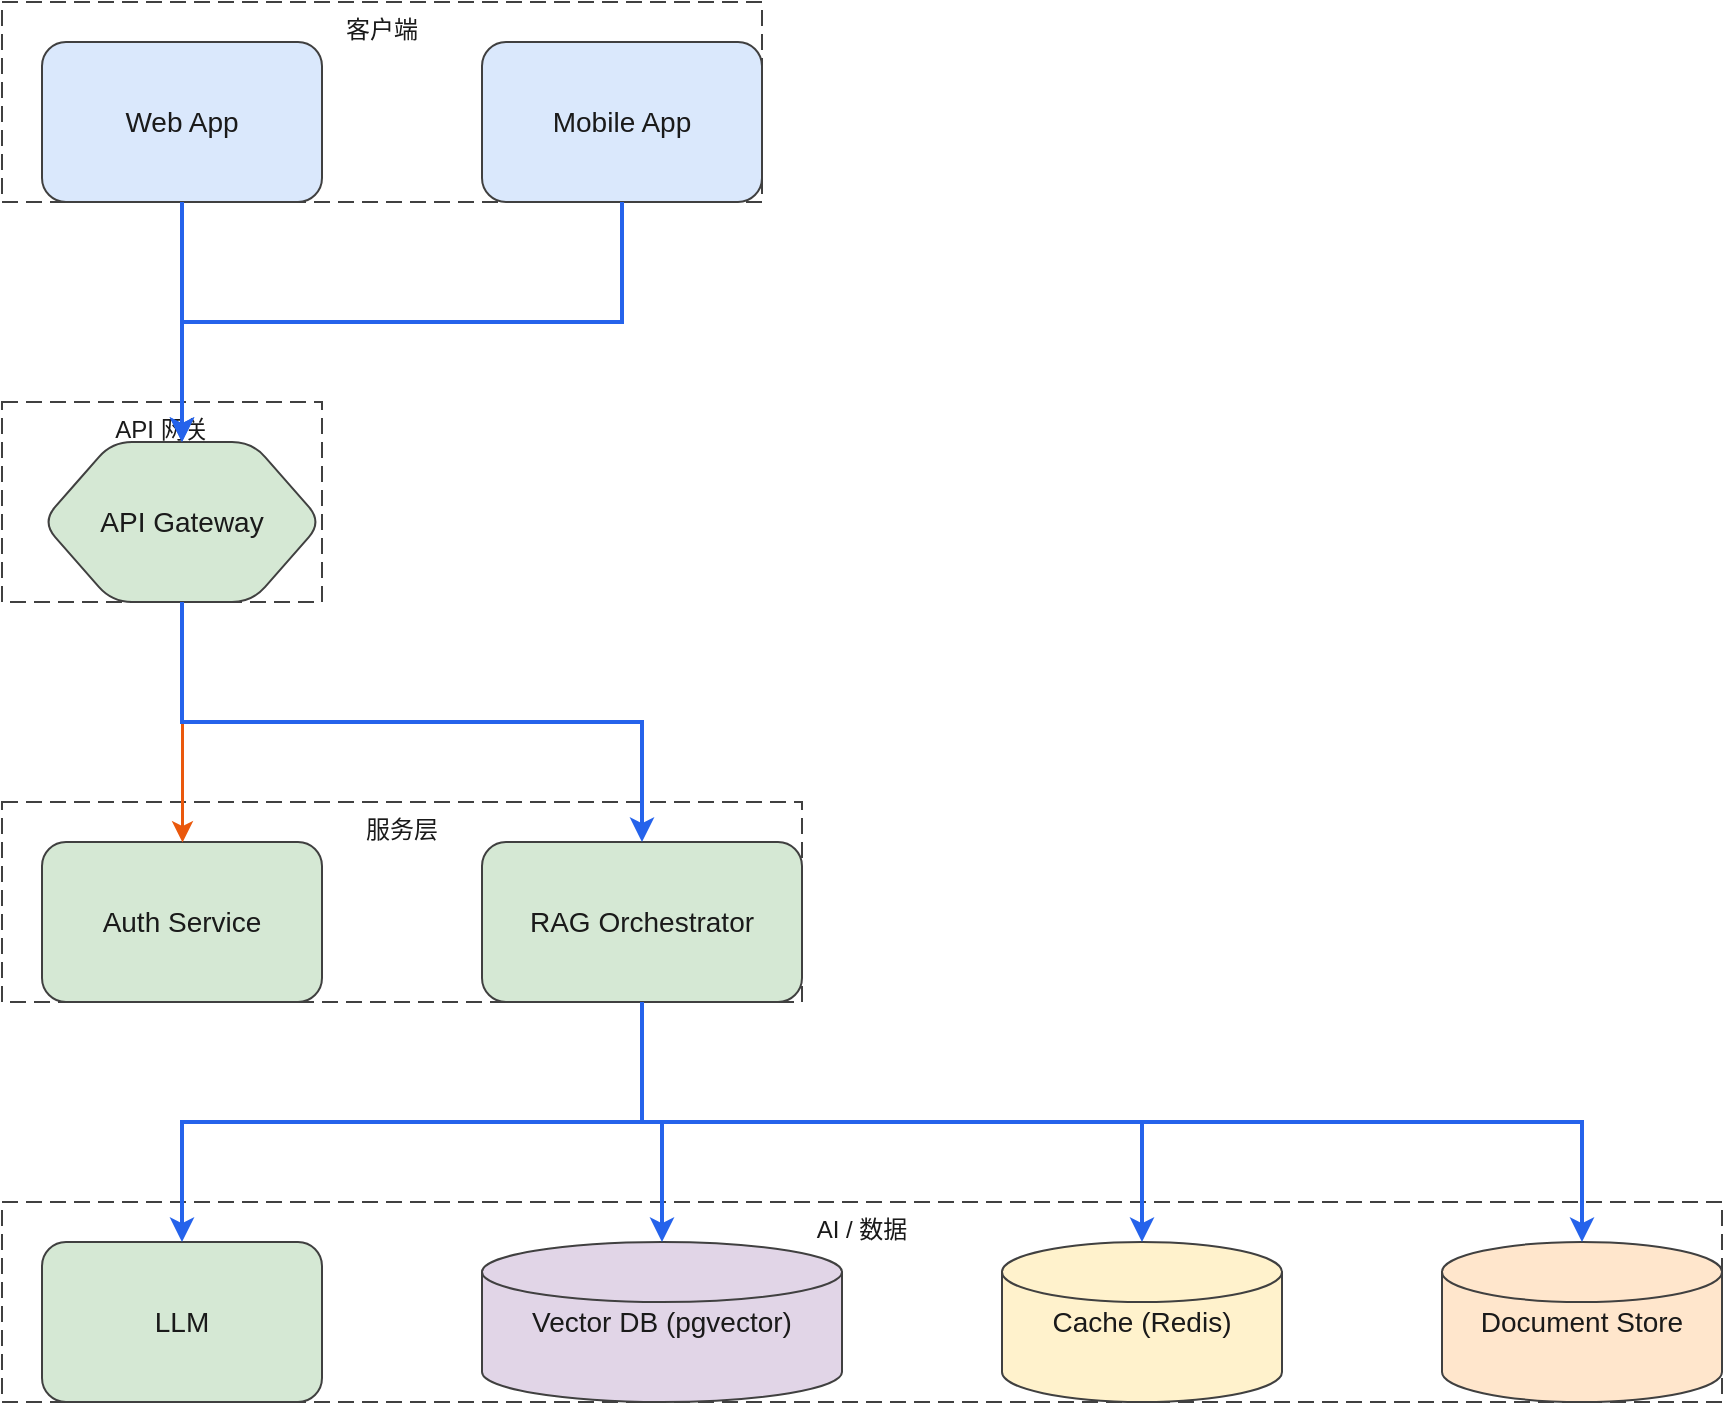
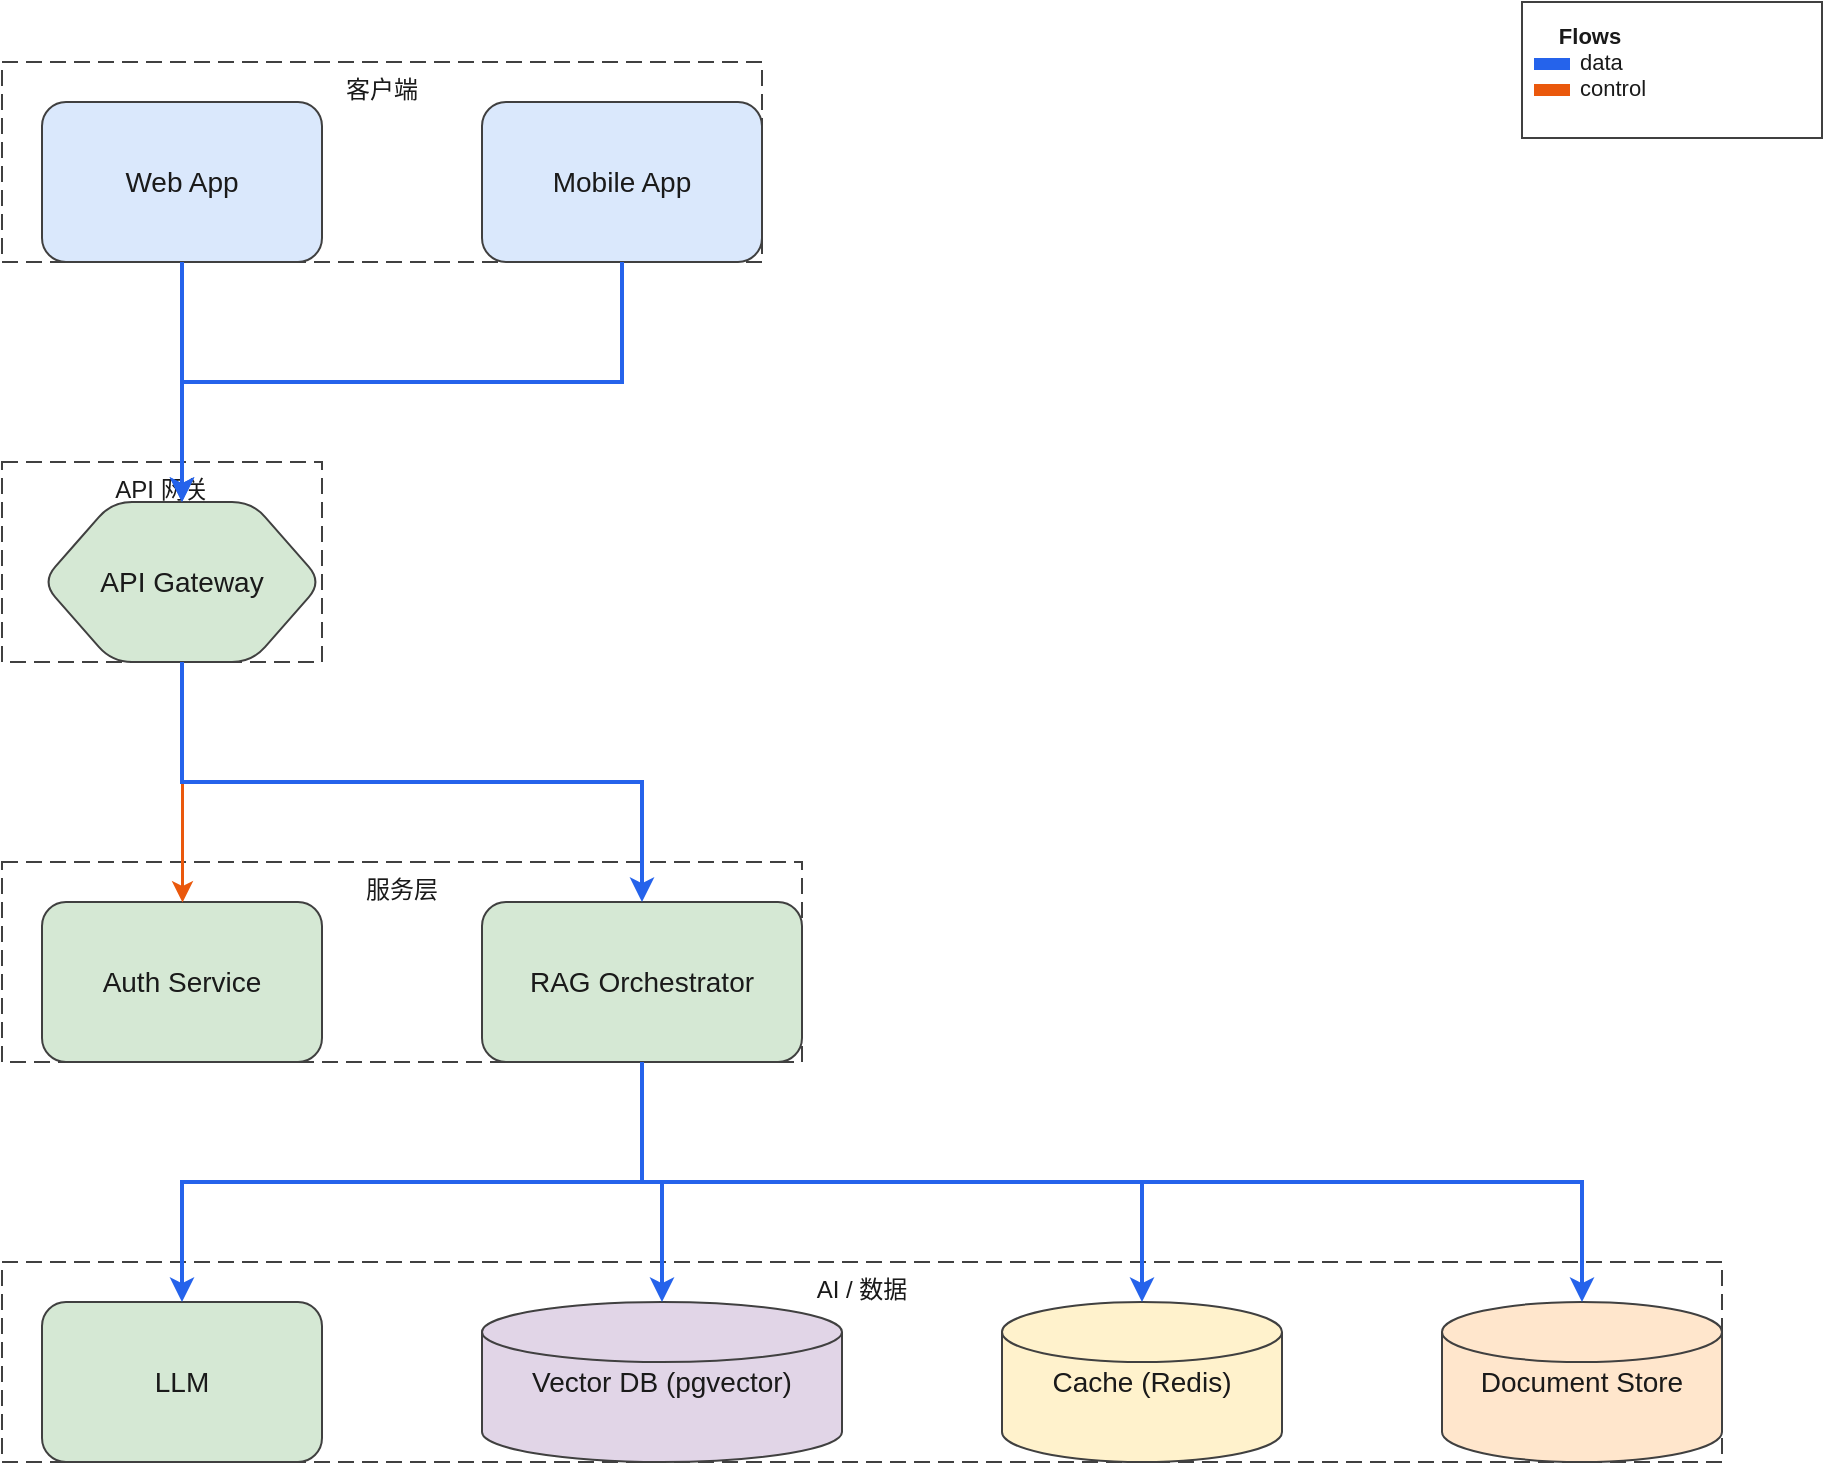
<mxfile host="app.diagrams.net">
  <diagram name="RAG System Architecture" id="d0">
    <mxGraphModel dx="800" dy="600" grid="1" gridSize="10" guides="1" tooltips="1" connect="1" arrows="1" fold="1" page="1" pageScale="1" pageWidth="960" pageHeight="800" math="0" shadow="0" background="#ffffff">
      <root>
        <mxCell id="0" />
        <mxCell id="1" parent="0" />
        <mxCell id="L0" value="客户端" style="rounded=0;whiteSpace=wrap;html=1;fillColor=none;strokeColor=#404040;dashed=1;dashPattern=8 4;verticalAlign=top;fontColor=#1a1a1a;fontSize=12;" vertex="1" parent="1">
          <mxGeometry x="40" y="40" width="380" height="100" as="geometry" />
        </mxCell>
        <mxCell id="L1" value="API 网关" style="rounded=0;whiteSpace=wrap;html=1;fillColor=none;strokeColor=#404040;dashed=1;dashPattern=8 4;verticalAlign=top;fontColor=#1a1a1a;fontSize=12;" vertex="1" parent="1">
          <mxGeometry x="40" y="240" width="160" height="100" as="geometry" />
        </mxCell>
        <mxCell id="L2" value="服务层" style="rounded=0;whiteSpace=wrap;html=1;fillColor=none;strokeColor=#404040;dashed=1;dashPattern=8 4;verticalAlign=top;fontColor=#1a1a1a;fontSize=12;" vertex="1" parent="1">
          <mxGeometry x="40" y="440" width="400" height="100" as="geometry" />
        </mxCell>
        <mxCell id="L3" value="AI / 数据" style="rounded=0;whiteSpace=wrap;html=1;fillColor=none;strokeColor=#404040;dashed=1;dashPattern=8 4;verticalAlign=top;fontColor=#1a1a1a;fontSize=12;" vertex="1" parent="1">
          <mxGeometry x="40" y="640" width="860" height="100" as="geometry" />
        </mxCell>
        <mxCell id="web" value="Web App" style="rounded=1;whiteSpace=wrap;html=1;fillColor=#dae8fc;strokeColor=#404040;fontColor=#1a1a1a;fontSize=14;rounded=1;" vertex="1" parent="1">
          <mxGeometry x="60" y="60" width="140" height="80" as="geometry" />
        </mxCell>
        <mxCell id="mobile" value="Mobile App" style="rounded=1;whiteSpace=wrap;html=1;fillColor=#dae8fc;strokeColor=#404040;fontColor=#1a1a1a;fontSize=14;rounded=1;" vertex="1" parent="1">
          <mxGeometry x="280" y="60" width="140" height="80" as="geometry" />
        </mxCell>
        <mxCell id="gateway" value="API Gateway" style="shape=hexagon;whiteSpace=wrap;html=1;fillColor=#d5e8d4;strokeColor=#404040;fontColor=#1a1a1a;fontSize=14;rounded=1;" vertex="1" parent="1">
          <mxGeometry x="60" y="260" width="140" height="80" as="geometry" />
        </mxCell>
        <mxCell id="auth" value="Auth Service" style="rounded=1;whiteSpace=wrap;html=1;fillColor=#d5e8d4;strokeColor=#404040;fontColor=#1a1a1a;fontSize=14;rounded=1;" vertex="1" parent="1">
          <mxGeometry x="60" y="460" width="140" height="80" as="geometry" />
        </mxCell>
        <mxCell id="rag" value="RAG Orchestrator" style="rounded=1;whiteSpace=wrap;html=1;fillColor=#d5e8d4;strokeColor=#404040;fontColor=#1a1a1a;fontSize=14;rounded=1;" vertex="1" parent="1">
          <mxGeometry x="280" y="460" width="160" height="80" as="geometry" />
        </mxCell>
        <mxCell id="llm" value="LLM" style="rounded=1;whiteSpace=wrap;html=1;fillColor=#d5e8d4;strokeColor=#404040;fontColor=#1a1a1a;fontSize=14;rounded=1;" vertex="1" parent="1">
          <mxGeometry x="60" y="660" width="140" height="80" as="geometry" />
        </mxCell>
        <mxCell id="vectordb" value="Vector DB (pgvector)" style="shape=cylinder3;size=15;whiteSpace=wrap;html=1;fillColor=#e1d5e7;strokeColor=#404040;fontColor=#1a1a1a;fontSize=14;rounded=1;" vertex="1" parent="1">
          <mxGeometry x="280" y="660" width="180" height="80" as="geometry" />
        </mxCell>
        <mxCell id="cache" value="Cache (Redis)" style="shape=cylinder3;size=15;whiteSpace=wrap;html=1;fillColor=#fff2cc;strokeColor=#404040;fontColor=#1a1a1a;fontSize=14;rounded=1;" vertex="1" parent="1">
          <mxGeometry x="540" y="660" width="140" height="80" as="geometry" />
        </mxCell>
        <mxCell id="docstore" value="Document Store" style="shape=cylinder3;size=15;whiteSpace=wrap;html=1;fillColor=#ffe6cc;strokeColor=#404040;fontColor=#1a1a1a;fontSize=14;rounded=1;" vertex="1" parent="1">
          <mxGeometry x="760" y="660" width="140" height="80" as="geometry" />
        </mxCell>
        <mxCell id="edge_web_gateway_0" value="" style="edgeStyle=orthogonalEdgeStyle;rounded=0;html=1;endArrow=classic;strokeColor=#2563eb;strokeWidth=2;dashed=0;fontColor=#1a1a1a;fontSize=12;" edge="1" parent="1" source="web" target="gateway">
          <mxGeometry relative="1" as="geometry">
            <Array as="points" />
            <mxPoint x="130" y="140" as="sourcePoint" />
            <mxPoint x="130" y="260" as="targetPoint" />
          </mxGeometry>
        </mxCell>
        <mxCell id="edge_mobile_gateway_1" value="" style="edgeStyle=orthogonalEdgeStyle;rounded=0;html=1;endArrow=classic;strokeColor=#2563eb;strokeWidth=2;dashed=0;fontColor=#1a1a1a;fontSize=12;" edge="1" parent="1" source="mobile" target="gateway">
          <mxGeometry relative="1" as="geometry">
            <Array as="points">
              <mxPoint x="350" y="200" />
              <mxPoint x="130" y="200" />
            </Array>
            <mxPoint x="350" y="140" as="sourcePoint" />
            <mxPoint x="130" y="260" as="targetPoint" />
          </mxGeometry>
        </mxCell>
        <mxCell id="edge_gateway_auth_2" value="" style="edgeStyle=orthogonalEdgeStyle;rounded=0;html=1;endArrow=classic;strokeColor=#ea580c;strokeWidth=1.5;dashed=0;fontColor=#1a1a1a;fontSize=12;" edge="1" parent="1" source="gateway" target="auth">
          <mxGeometry relative="1" as="geometry">
            <Array as="points" />
            <mxPoint x="130" y="340" as="sourcePoint" />
            <mxPoint x="130" y="460" as="targetPoint" />
          </mxGeometry>
        </mxCell>
        <mxCell id="edge_gateway_rag_3" value="" style="edgeStyle=orthogonalEdgeStyle;rounded=0;html=1;endArrow=classic;strokeColor=#2563eb;strokeWidth=2;dashed=0;fontColor=#1a1a1a;fontSize=12;" edge="1" parent="1" source="gateway" target="rag">
          <mxGeometry relative="1" as="geometry">
            <Array as="points">
              <mxPoint x="130" y="400" />
              <mxPoint x="360" y="400" />
            </Array>
            <mxPoint x="130" y="340" as="sourcePoint" />
            <mxPoint x="360" y="460" as="targetPoint" />
          </mxGeometry>
        </mxCell>
        <mxCell id="edge_rag_llm_4" value="" style="edgeStyle=orthogonalEdgeStyle;rounded=0;html=1;endArrow=classic;strokeColor=#2563eb;strokeWidth=2;dashed=0;fontColor=#1a1a1a;fontSize=12;" edge="1" parent="1" source="rag" target="llm">
          <mxGeometry relative="1" as="geometry">
            <Array as="points">
              <mxPoint x="360" y="600" />
              <mxPoint x="130" y="600" />
            </Array>
            <mxPoint x="360" y="540" as="sourcePoint" />
            <mxPoint x="130" y="660" as="targetPoint" />
          </mxGeometry>
        </mxCell>
        <mxCell id="edge_rag_vectordb_5" value="" style="edgeStyle=orthogonalEdgeStyle;rounded=0;html=1;endArrow=classic;strokeColor=#2563eb;strokeWidth=2;dashed=0;fontColor=#1a1a1a;fontSize=12;" edge="1" parent="1" source="rag" target="vectordb">
          <mxGeometry relative="1" as="geometry">
            <Array as="points">
              <mxPoint x="360" y="600" />
              <mxPoint x="370" y="600" />
            </Array>
            <mxPoint x="360" y="540" as="sourcePoint" />
            <mxPoint x="370" y="660" as="targetPoint" />
          </mxGeometry>
        </mxCell>
        <mxCell id="edge_rag_cache_6" value="" style="edgeStyle=orthogonalEdgeStyle;rounded=0;html=1;endArrow=classic;strokeColor=#2563eb;strokeWidth=2;dashed=0;fontColor=#1a1a1a;fontSize=12;" edge="1" parent="1" source="rag" target="cache">
          <mxGeometry relative="1" as="geometry">
            <Array as="points">
              <mxPoint x="360" y="600" />
              <mxPoint x="610" y="600" />
            </Array>
            <mxPoint x="360" y="540" as="sourcePoint" />
            <mxPoint x="610" y="660" as="targetPoint" />
          </mxGeometry>
        </mxCell>
        <mxCell id="edge_rag_docstore_7" value="" style="edgeStyle=orthogonalEdgeStyle;rounded=0;html=1;endArrow=classic;strokeColor=#2563eb;strokeWidth=2;dashed=0;fontColor=#1a1a1a;fontSize=12;" edge="1" parent="1" source="rag" target="docstore">
          <mxGeometry relative="1" as="geometry">
            <Array as="points">
              <mxPoint x="360" y="600" />
              <mxPoint x="830" y="600" />
            </Array>
            <mxPoint x="360" y="540" as="sourcePoint" />
            <mxPoint x="830" y="660" as="targetPoint" />
          </mxGeometry>
        </mxCell>
+         <mxCell id="legend_flows" value="&lt;div style=&quot;text-align:center&quot;&gt;&lt;b&gt;Flows&lt;/b&gt;&lt;/div&gt;&lt;div&gt;&lt;span style=&quot;display:inline-block;width:18px;height:6px;background:#2563eb;margin-right:5px;vertical-align:middle;&quot;&gt;&lt;/span&gt;data&lt;/div&gt;&lt;div&gt;&lt;span style=&quot;display:inline-block;width:18px;height:6px;background:#ea580c;margin-right:5px;vertical-align:middle;&quot;&gt;&lt;/span&gt;control&lt;/div&gt;" style="rounded=0;whiteSpace=wrap;html=1;fillColor=#ffffff;strokeColor=#404040;dashed=0;fontColor=#1a1a1a;fontSize=11;align=left;verticalAlign=top;spacing=6;" vertex="1" parent="1">
+           <mxGeometry x="800" y="10" width="150" height="68" as="geometry" />
+         </mxCell>
      </root>
    </mxGraphModel>
  </diagram>
</mxfile>